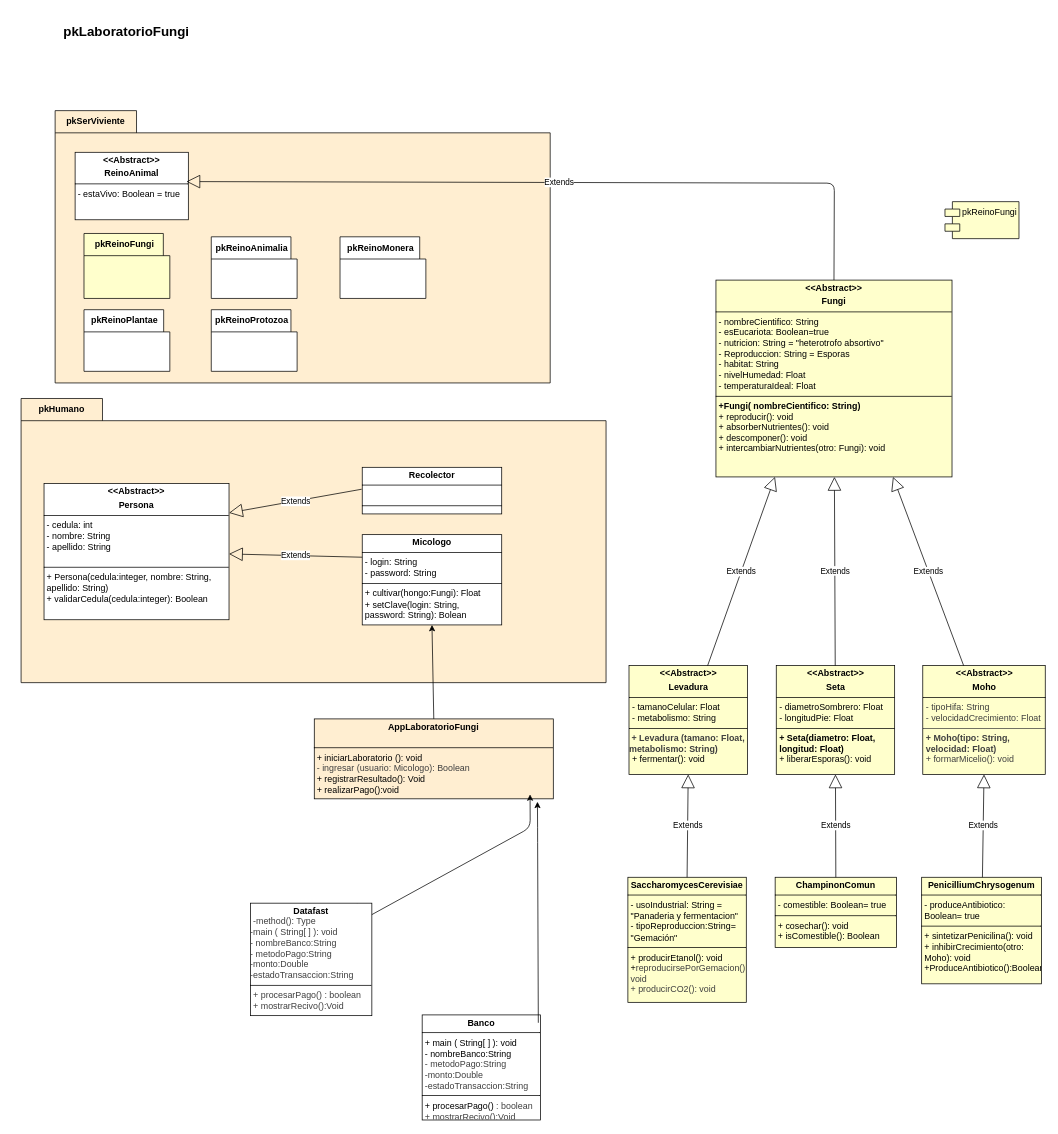
Earlier version of the draw.io diagram desing/Desing2/ClassDiagram.drawio (larry2004h-hash/ProyectoReinoFungi). Source tidied: cells renumbered, new cells numbered last; positions are measured from the earlier drawing's top-left corner, leaving out a move shared by most shapes. Both pictures are drawn from the tidied source at 74%, with x=0, y=0 at pixel (21, 13).
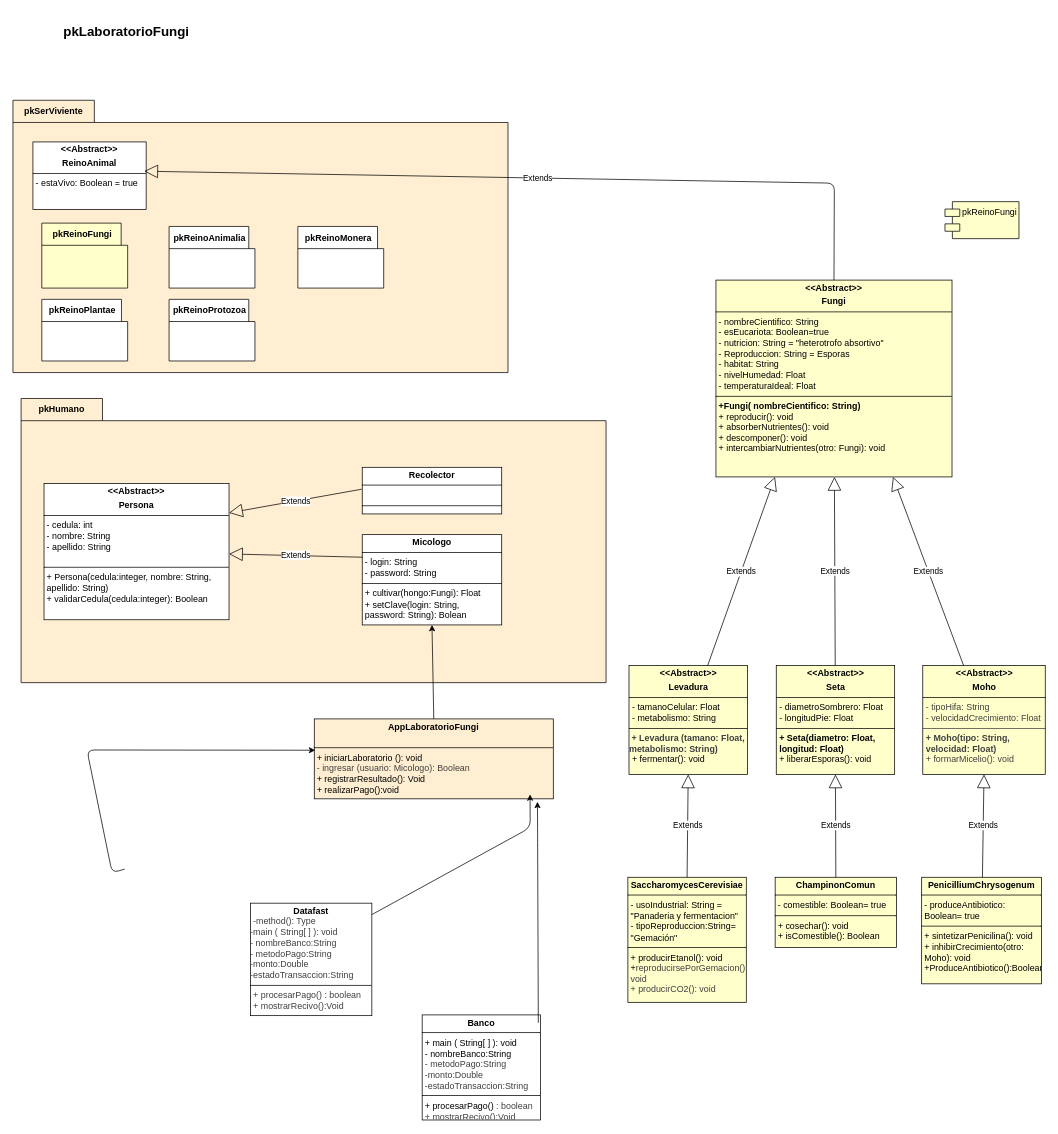
After the change.

Commit message (it also covers changes not shown here):
mejoras en el diagrama de clase y metodo de pago

The change refers to these unchanged cells:
```xml
<mxCell id="37" value="&lt;p style=&quot;margin:0px;margin-top:4px;text-align:center;&quot;&gt;&lt;b&gt;AppLaboratorioFungi&lt;/b&gt;&lt;/p&gt;&lt;p style=&quot;margin:0px;margin-left:4px;&quot;&gt;&lt;br&gt;&lt;/p&gt;&lt;hr size=&quot;1&quot; style=&quot;border-style:solid;&quot;&gt;&lt;p style=&quot;margin:0px;margin-left:4px;&quot;&gt;+ iniciarLaboratorio (): void&lt;/p&gt;&lt;p style=&quot;margin:0px;margin-left:4px;&quot;&gt;&lt;span style=&quot;color: rgb(63, 63, 63);&quot;&gt;- ingresar (usuario: Micologo): Boolean&lt;/span&gt;&lt;/p&gt;&lt;p style=&quot;margin:0px;margin-left:4px;&quot;&gt;+ registrarResultado(): Void&lt;br&gt;+ realizarPago():void&lt;br&gt;&lt;br&gt;&lt;/p&gt;&lt;p style=&quot;margin:0px;margin-left:4px;&quot;&gt;&lt;br&gt;&lt;/p&gt;&lt;p style=&quot;margin:0px;margin-left:4px;&quot;&gt;&lt;br&gt;&lt;/p&gt;" style="verticalAlign=top;align=left;overflow=fill;html=1;whiteSpace=wrap;fillColor=#FFEED1;strokeColor=#000000;rounded=0;glass=0;" parent="1" vertex="1">
  <mxGeometry x="396.2" y="954" width="323" height="108" as="geometry" />
</mxCell>
```

Diff of the diagram source:
```diff
@@
     <mxCell id="18" value="pkSerViviente" style="shape=folder;fontStyle=1;tabWidth=110;tabHeight=30;tabPosition=left;html=1;boundedLbl=1;labelInHeader=1;whiteSpace=wrap;fillColor=#FFEED1;" parent="1" vertex="1">
-      <mxGeometry x="46" y="132" width="669" height="368" as="geometry" />
+      <mxGeometry x="-11" y="118" width="669" height="368" as="geometry" />
     </mxCell>
@@
+    <mxCell id="43" style="edgeStyle=none;html=1;entryX=0.004;entryY=0.392;entryDx=0;entryDy=0;entryPerimeter=0;" parent="1" edge="1" target="37">
+      <mxGeometry relative="1" as="geometry">
+        <mxPoint x="140" y="1157" as="sourcePoint" />
+        <Array as="points">
+          <mxPoint x="123" y="1162" />
+          <mxPoint x="89" y="996" />
+        </Array>
+      </mxGeometry>
+    </mxCell>
```
